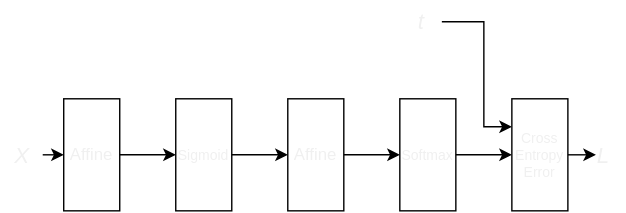
This is notebook/fig/1_3_1.drawio.svg from fumiaki05/dlfs2_nootbook, a draw.io export, as it was before one commit. Source tidied: cells renumbered, new cells last; positions are measured from the earlier drawing's top-left corner, leaving out a move shared by most shapes.
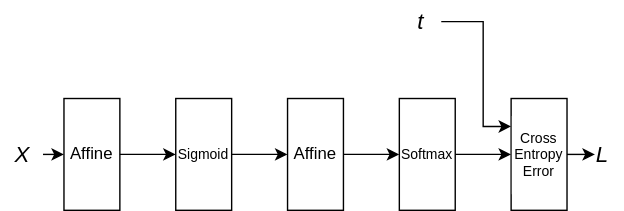
After the commit.

The edit, as a diff of the source:
```diff
@@ -2,48 +2,48 @@
   <root>
     <mxCell id="0" />
     <mxCell id="1" parent="0" />
-    <mxCell id="2" style="edgeStyle=none;html=1;entryX=0;entryY=0.5;entryDx=0;entryDy=0;fontColor=#F0F0F0;rounded=0;labelBackgroundColor=none;" parent="1" edge="1" source="3" target="5">
+    <mxCell id="2" style="edgeStyle=none;html=1;entryX=0;entryY=0.5;entryDx=0;entryDy=0;fontColor=#000000;rounded=0;labelBackgroundColor=default;" parent="1" edge="1" source="3" target="5">
       <mxGeometry relative="1" as="geometry" />
     </mxCell>
-    <mxCell id="3" value="X" style="text;html=1;align=center;verticalAlign=middle;points=[];strokeColor=none;fillColor=none;fontSize=16;fontStyle=2;fontColor=#F0F0F0;rounded=0;labelBackgroundColor=none;" parent="1" vertex="1">
+    <mxCell id="3" value="X" style="text;html=1;align=center;verticalAlign=middle;points=[];strokeColor=none;fillColor=none;fontSize=16;fontStyle=2;fontColor=#000000;rounded=0;labelBackgroundColor=default;" parent="1" vertex="1">
       <mxGeometry y="95" width="30" height="30" as="geometry" />
     </mxCell>
-    <mxCell id="4" style="edgeStyle=none;html=1;entryX=0;entryY=0.5;entryDx=0;entryDy=0;fontSize=16;fontColor=#F0F0F0;rounded=0;labelBackgroundColor=none;" parent="1" edge="1" source="5" target="7">
+    <mxCell id="4" style="edgeStyle=none;html=1;entryX=0;entryY=0.5;entryDx=0;entryDy=0;fontSize=16;fontColor=#000000;rounded=0;labelBackgroundColor=default;" parent="1" edge="1" source="5" target="7">
       <mxGeometry relative="1" as="geometry" />
     </mxCell>
-    <mxCell id="5" value="Affine" style="rounded=0;whiteSpace=wrap;html=1;fontColor=#F0F0F0;fillColor=default;fillStyle=hatch;labelBackgroundColor=none;" parent="1" vertex="1">
+    <mxCell id="5" value="Affine" style="rounded=0;whiteSpace=wrap;html=1;fontColor=#000000;fillColor=default;fillStyle=hatch;labelBackgroundColor=default;" parent="1" vertex="1">
       <mxGeometry x="45" y="70" width="40" height="80" as="geometry" />
     </mxCell>
-    <mxCell id="6" style="edgeStyle=none;html=1;entryX=0;entryY=0.5;entryDx=0;entryDy=0;fontSize=16;fontColor=#F0F0F0;rounded=0;labelBackgroundColor=none;" parent="1" edge="1" source="7" target="9">
+    <mxCell id="6" style="edgeStyle=none;html=1;entryX=0;entryY=0.5;entryDx=0;entryDy=0;fontSize=16;fontColor=#000000;rounded=0;labelBackgroundColor=default;" parent="1" edge="1" source="7" target="9">
       <mxGeometry relative="1" as="geometry" />
     </mxCell>
-    <mxCell id="7" value="Sigmoid" style="rounded=0;whiteSpace=wrap;html=1;fontSize=10;fontColor=#F0F0F0;fillColor=default;fillStyle=hatch;labelBackgroundColor=none;" parent="1" vertex="1">
+    <mxCell id="7" value="Sigmoid" style="rounded=0;whiteSpace=wrap;html=1;fontSize=10;fontColor=#000000;fillColor=default;fillStyle=hatch;labelBackgroundColor=default;" parent="1" vertex="1">
       <mxGeometry x="125" y="70" width="40" height="80" as="geometry" />
     </mxCell>
-    <mxCell id="8" style="edgeStyle=none;html=1;entryX=0;entryY=0.5;entryDx=0;entryDy=0;fontSize=16;fontColor=#F0F0F0;rounded=0;labelBackgroundColor=none;" parent="1" edge="1" source="9" target="11">
+    <mxCell id="8" style="edgeStyle=none;html=1;entryX=0;entryY=0.5;entryDx=0;entryDy=0;fontSize=16;fontColor=#000000;rounded=0;labelBackgroundColor=default;" parent="1" edge="1" source="9" target="11">
       <mxGeometry relative="1" as="geometry" />
     </mxCell>
-    <mxCell id="9" value="Affine" style="rounded=0;whiteSpace=wrap;html=1;fontColor=#F0F0F0;fillColor=default;fillStyle=hatch;labelBackgroundColor=none;" parent="1" vertex="1">
+    <mxCell id="9" value="Affine" style="rounded=0;whiteSpace=wrap;html=1;fontColor=#000000;fillColor=default;fillStyle=hatch;labelBackgroundColor=default;" parent="1" vertex="1">
       <mxGeometry x="205" y="70" width="40" height="80" as="geometry" />
     </mxCell>
-    <mxCell id="10" style="edgeStyle=none;html=1;entryX=0;entryY=0.5;entryDx=0;entryDy=0;fontSize=16;fontColor=#F0F0F0;rounded=0;labelBackgroundColor=none;" parent="1" edge="1" source="11" target="13">
+    <mxCell id="10" style="edgeStyle=none;html=1;entryX=0;entryY=0.5;entryDx=0;entryDy=0;fontSize=16;fontColor=#000000;rounded=0;labelBackgroundColor=default;" parent="1" edge="1" source="11" target="13">
       <mxGeometry relative="1" as="geometry" />
     </mxCell>
-    <mxCell id="11" value="Softmax" style="rounded=0;whiteSpace=wrap;html=1;fontSize=10;fontColor=#F0F0F0;fillColor=default;fillStyle=hatch;labelBackgroundColor=none;" parent="1" vertex="1">
+    <mxCell id="11" value="Softmax" style="rounded=0;whiteSpace=wrap;html=1;fontSize=10;fontColor=#000000;fillColor=default;fillStyle=hatch;labelBackgroundColor=default;" parent="1" vertex="1">
       <mxGeometry x="285" y="70" width="40" height="80" as="geometry" />
     </mxCell>
-    <mxCell id="12" style="edgeStyle=none;html=1;fontSize=16;fontColor=#F0F0F0;rounded=0;labelBackgroundColor=none;" parent="1" edge="1" source="13">
+    <mxCell id="12" style="edgeStyle=none;html=1;fontSize=16;fontColor=#000000;rounded=0;labelBackgroundColor=default;" parent="1" edge="1" source="13">
       <mxGeometry relative="1" as="geometry">
         <mxPoint x="425" y="110" as="targetPoint" />
       </mxGeometry>
     </mxCell>
-    <mxCell id="13" value="Cross Entropy Error" style="rounded=0;whiteSpace=wrap;html=1;fontSize=10;fontColor=#F0F0F0;fillColor=default;fillStyle=hatch;labelBackgroundColor=none;" parent="1" vertex="1">
+    <mxCell id="13" value="&lt;p style=&quot;line-height: 120%;&quot;&gt;Cross Entropy Error&lt;/p&gt;" style="rounded=0;whiteSpace=wrap;html=1;fontSize=10;fontColor=#000000;fillColor=default;fillStyle=hatch;labelBackgroundColor=default;" parent="1" vertex="1">
       <mxGeometry x="365" y="70" width="40" height="80" as="geometry" />
     </mxCell>
-    <mxCell id="14" value="L" style="text;html=1;align=center;verticalAlign=middle;strokeColor=none;fillColor=none;fontSize=16;fontStyle=2;fontColor=#F0F0F0;rounded=0;labelBackgroundColor=none;" parent="1" vertex="1">
+    <mxCell id="14" value="L" style="text;html=1;align=center;verticalAlign=middle;strokeColor=none;fillColor=none;fontSize=16;fontStyle=2;fontColor=#000000;rounded=0;labelBackgroundColor=default;labelBorderColor=none;" parent="1" vertex="1">
       <mxGeometry x="415" y="95" width="30" height="30" as="geometry" />
     </mxCell>
-    <mxCell id="15" style="edgeStyle=none;html=1;entryX=0;entryY=0.25;entryDx=0;entryDy=0;fontSize=16;rounded=0;fontColor=#F0F0F0;labelBackgroundColor=none;" parent="1" edge="1" source="16" target="13">
+    <mxCell id="15" style="edgeStyle=none;html=1;entryX=0;entryY=0.25;entryDx=0;entryDy=0;fontSize=16;rounded=0;fontColor=#000000;labelBackgroundColor=default;" parent="1" edge="1" source="16" target="13">
       <mxGeometry relative="1" as="geometry">
         <Array as="points">
           <mxPoint x="345" y="15" />
@@ -51,7 +51,7 @@
         </Array>
       </mxGeometry>
     </mxCell>
-    <mxCell id="16" value="t" style="text;html=1;align=center;verticalAlign=middle;points=[];strokeColor=none;fillColor=none;fontSize=16;fontStyle=2;fontColor=#F0F0F0;rounded=0;labelBackgroundColor=none;" parent="1" vertex="1">
+    <mxCell id="16" value="t" style="text;html=1;align=center;verticalAlign=middle;points=[];strokeColor=none;fillColor=none;fontSize=16;fontStyle=2;fontColor=#000000;rounded=0;labelBackgroundColor=default;" parent="1" vertex="1">
       <mxGeometry x="285" width="30" height="30" as="geometry" />
     </mxCell>
   </root>
```
